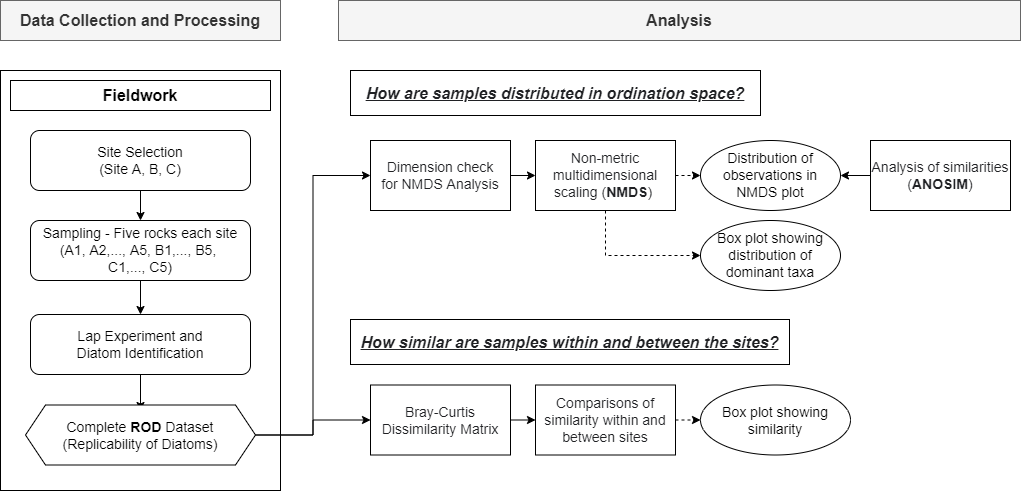
The draw.io diagram Chapter4_Flowchart.png in muyeoljung/PhD_Studyarea, before a commit. Source tidied: cells renumbered, new cells last; positions are measured from the earlier drawing's top-left corner, leaving out a move shared by most shapes.
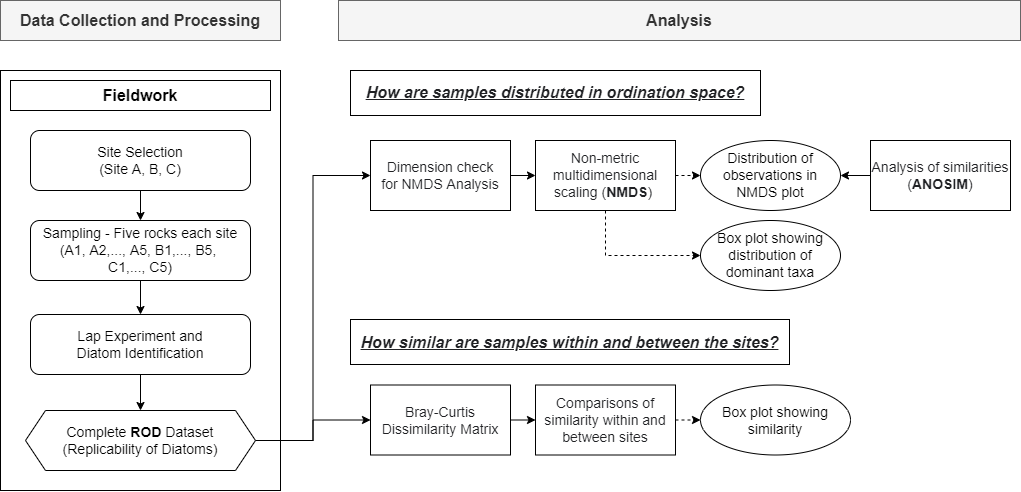
The same diagram one commit later.

Change to the diagram source:
```diff
@@ -20,10 +20,8 @@
     <mxCell id="7" value="&lt;font style=&quot;font-size: 14px&quot;&gt;Sampling -&amp;nbsp;Five rocks each site&lt;br&gt;(A1, A2,..., A5, B1,..., B5, &lt;br&gt;C1,..., C5)&lt;/font&gt;" style="rounded=1;whiteSpace=wrap;html=1;" parent="1" vertex="1">
       <mxGeometry x="30" y="220" width="220" height="60" as="geometry" />
     </mxCell>
-    <mxCell id="8" style="edgeStyle=orthogonalEdgeStyle;rounded=0;jettySize=auto;html=1;exitX=0.5;exitY=1;exitDx=0;exitDy=0;entryX=0.5;entryY=0;entryDx=0;entryDy=0;" parent="1" edge="1" source="9">
-      <mxGeometry relative="1" as="geometry">
-        <mxPoint x="140" y="410" as="targetPoint" />
-      </mxGeometry>
+    <mxCell id="8" style="edgeStyle=orthogonalEdgeStyle;rounded=0;jettySize=auto;html=1;exitX=0.5;exitY=1;exitDx=0;exitDy=0;entryX=0.5;entryY=0;entryDx=0;entryDy=0;" parent="1" edge="1" source="9" target="19">
+      <mxGeometry relative="1" as="geometry" />
     </mxCell>
     <mxCell id="9" value="&lt;font style=&quot;font-size: 14px&quot;&gt;Lap Experiment and&lt;br&gt;Diatom Identification&lt;/font&gt;" style="rounded=1;whiteSpace=wrap;html=1;" parent="1" vertex="1">
       <mxGeometry x="30" y="314" width="220" height="60" as="geometry" />
@@ -56,7 +54,7 @@
       <mxGeometry relative="1" as="geometry" />
     </mxCell>
     <mxCell id="19" value="&lt;font style=&quot;font-size: 14px&quot;&gt;Complete &lt;b&gt;ROD&lt;/b&gt;&amp;nbsp;Dataset&lt;br&gt;(Replicability of Diatoms)&lt;/font&gt;" style="shape=hexagon;perimeter=hexagonPerimeter2;whiteSpace=wrap;html=1;fixedSize=1;" parent="1" vertex="1">
-      <mxGeometry x="25" y="404.5" width="230" height="60" as="geometry" />
+      <mxGeometry x="25" y="410" width="230" height="60" as="geometry" />
     </mxCell>
     <mxCell id="20" style="edgeStyle=orthogonalEdgeStyle;rounded=0;jettySize=auto;html=1;exitX=1;exitY=0.5;exitDx=0;exitDy=0;entryX=0;entryY=0.5;entryDx=0;entryDy=0;" parent="1" edge="1" source="21" target="13">
       <mxGeometry relative="1" as="geometry" />
```
